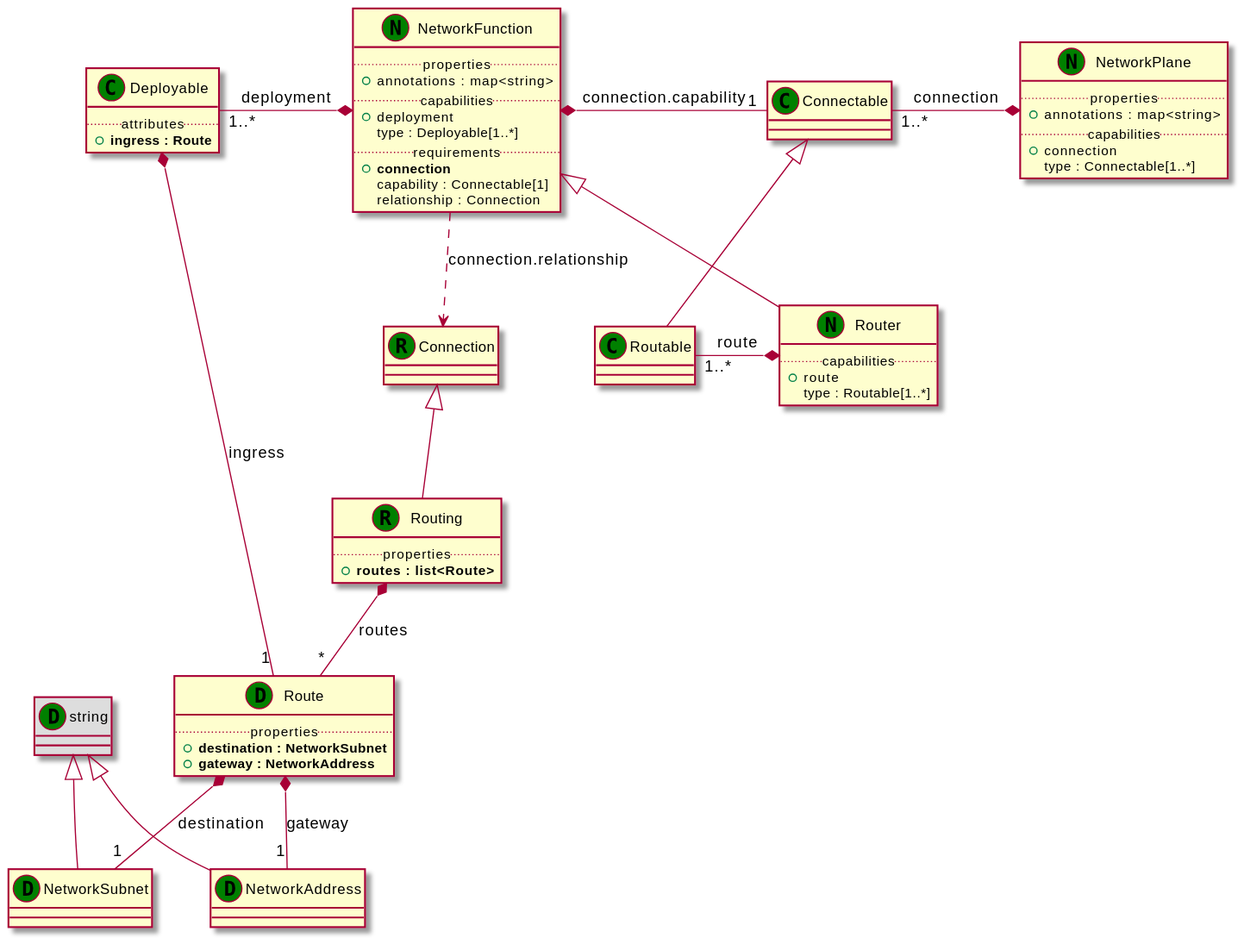
Before: examples/tosca-community-contributions/diagrams/uml2/examples-1.3-turandot-telephony-network-service-telephony-network-service-profiles-network-service-profile-uml2-class-diagram.svg, a diagram exported from PlantUML (Orange-OpenSource/Cloudnet-TOSCA-toolbox).
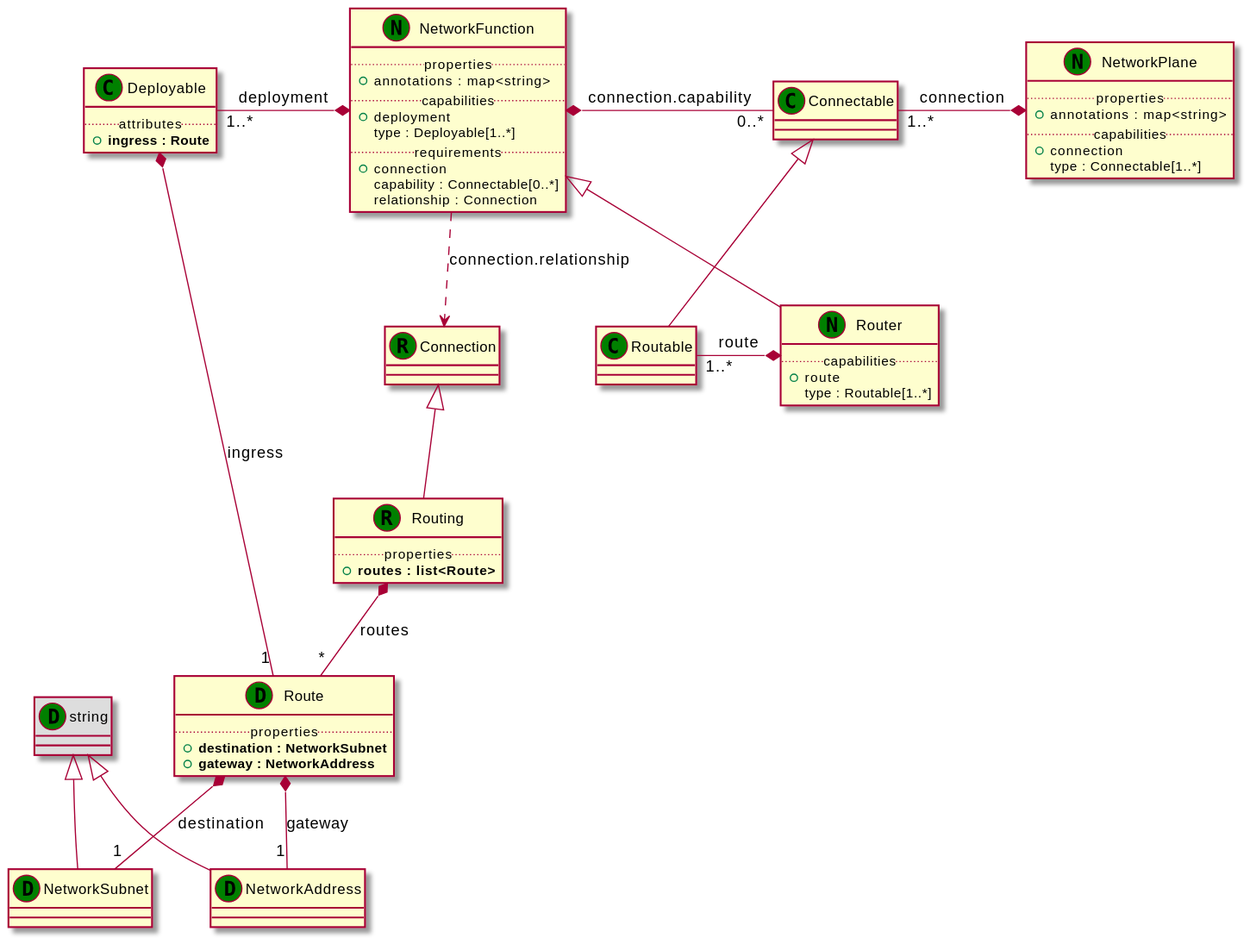
The same file after the commit.

Change to the diagram source:
```diff
@@ -39,8 +39,8 @@
 +deployment
  type : Deployable[1..*]
 .. requirements ..
-+<b>connection
- capability : Connectable[1]
++connection
+ capability : Connectable[0..*]
  relationship : Connection
 }
 class "Router" as Router_NT << (N,green) >> {
@@ -58,7 +58,7 @@
 Routing_RT *-- "*" Route_DT : routes
 Connectable_CT "1..*" -* NetworkPlane_NT : connection
 Deployable_CT "1..*" -* NetworkFunction_NT : deployment
-NetworkFunction_NT *- "1" Connectable_CT : connection.capability
+NetworkFunction_NT *- "0..*" Connectable_CT : connection.capability
 NetworkFunction_NT ..> Connection_RT : connection.relationship
 NetworkFunction_NT <|-- Router_NT
 Routable_CT "1..*" -* Router_NT : route
```
